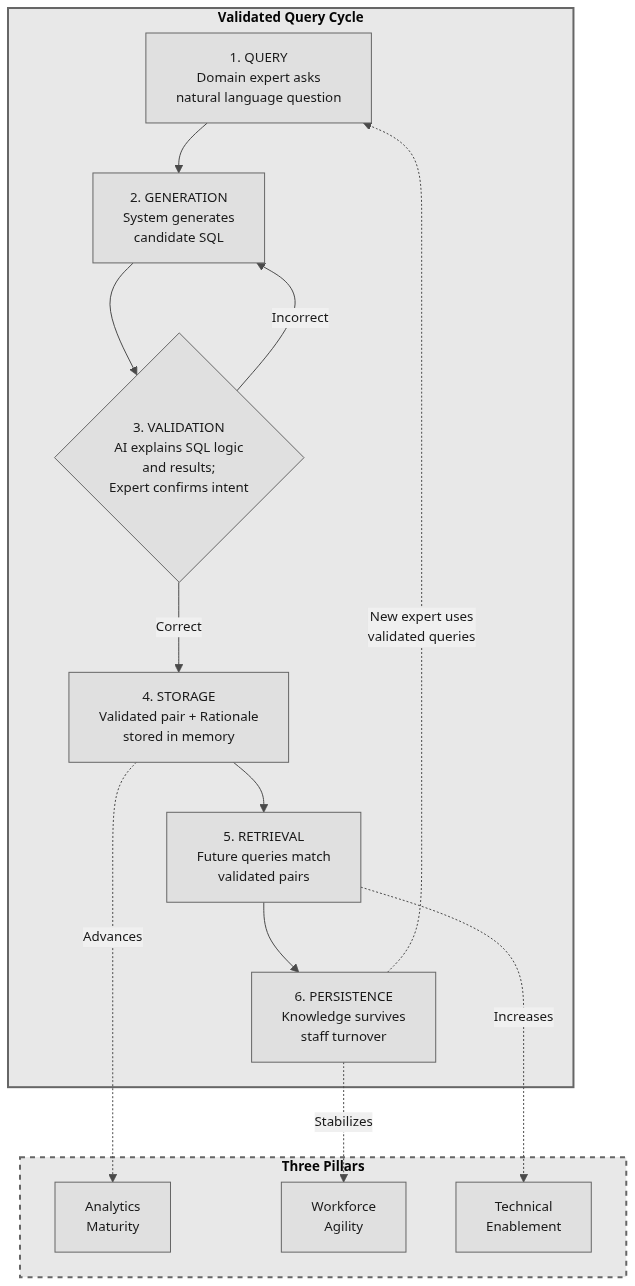
The Mermaid diagram figures/knowledge-cycle.mmd.png in stharrold/yuimedi-paper-20250901, before a commit. Its source is kept beside it as figures/knowledge-cycle.mmd.
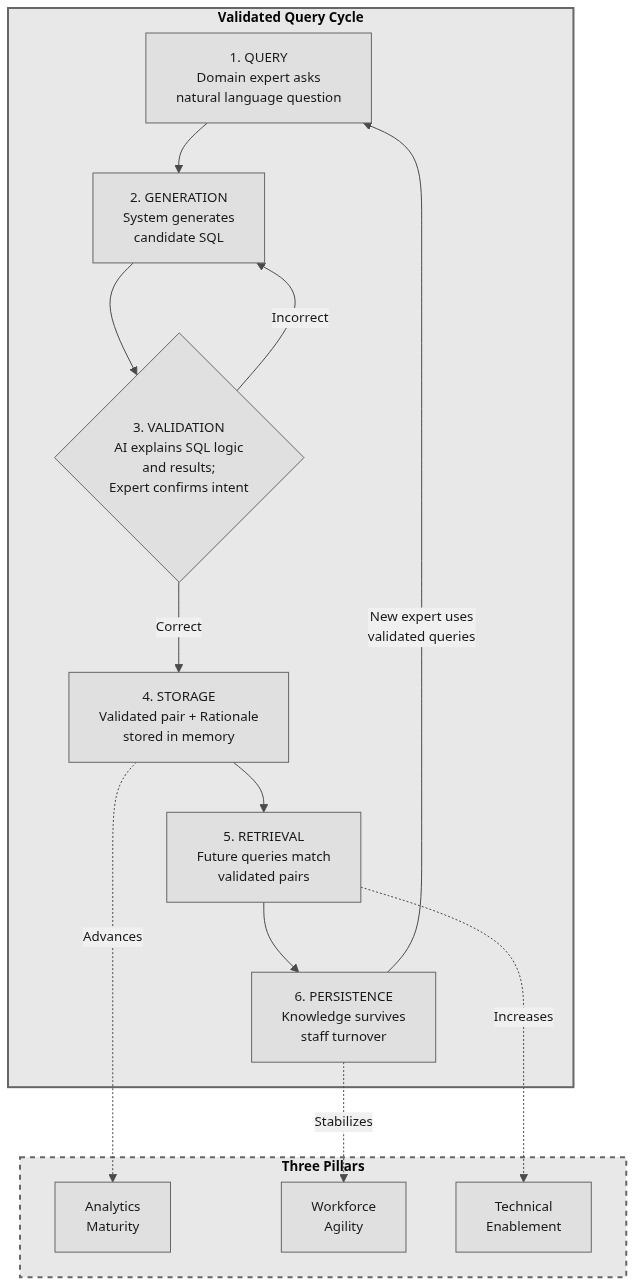
The same file after the commit.

Commit message:
docs: correct cycle edge style in knowledge-cycle figure

The edit, as a diff of the source:
```diff
@@ -22,7 +22,7 @@
     V -->|"Incorrect"| G
     S --> R
     R --> P
-    P -.->|"New expert uses<br/>validated queries"| Q
+    P -->|"New expert uses<br/>validated queries"| Q
 
     S -.->|"Advances"| M
     P -.->|"Stabilizes"| T
```
